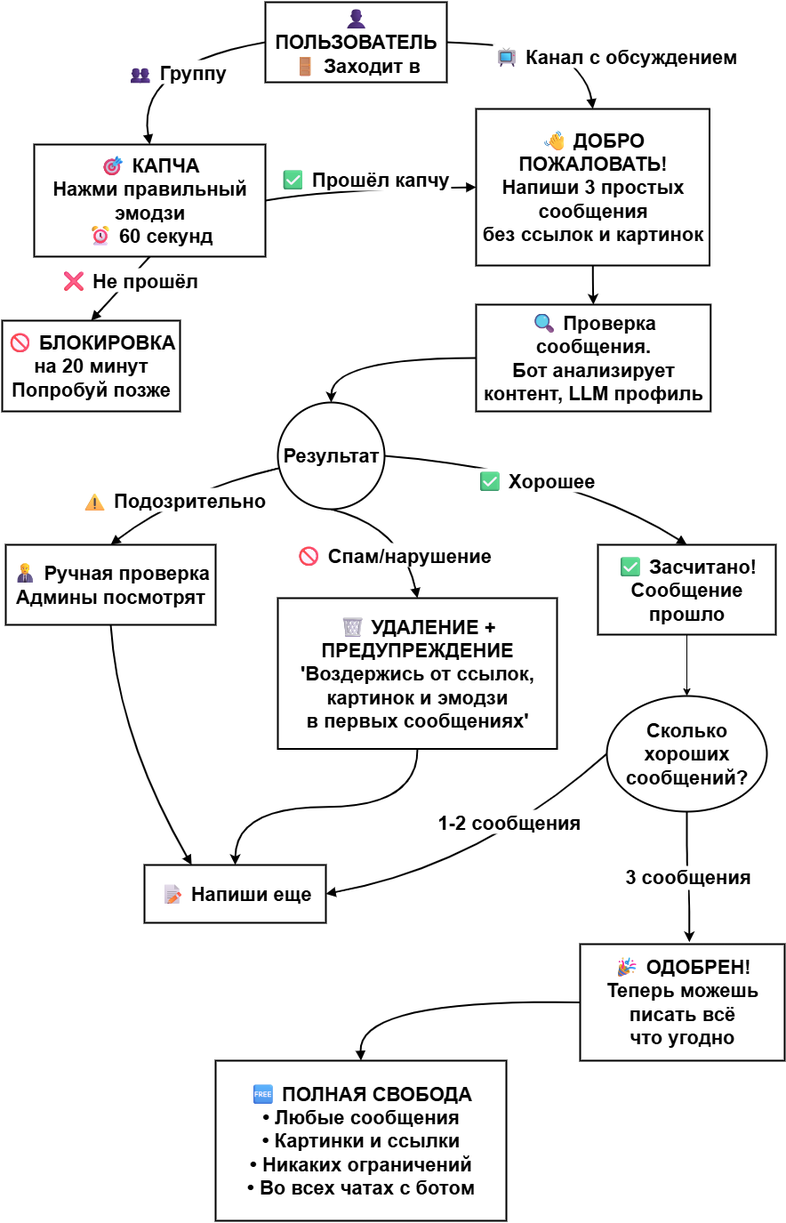
This is Схема работы.drawio.png from TiraelSedai/ClubDoorman, a draw.io export, as it was before one commit. Source tidied: cells renumbered, new cells last; positions are measured from the earlier drawing's top-left corner, leaving out a move shared by most shapes.
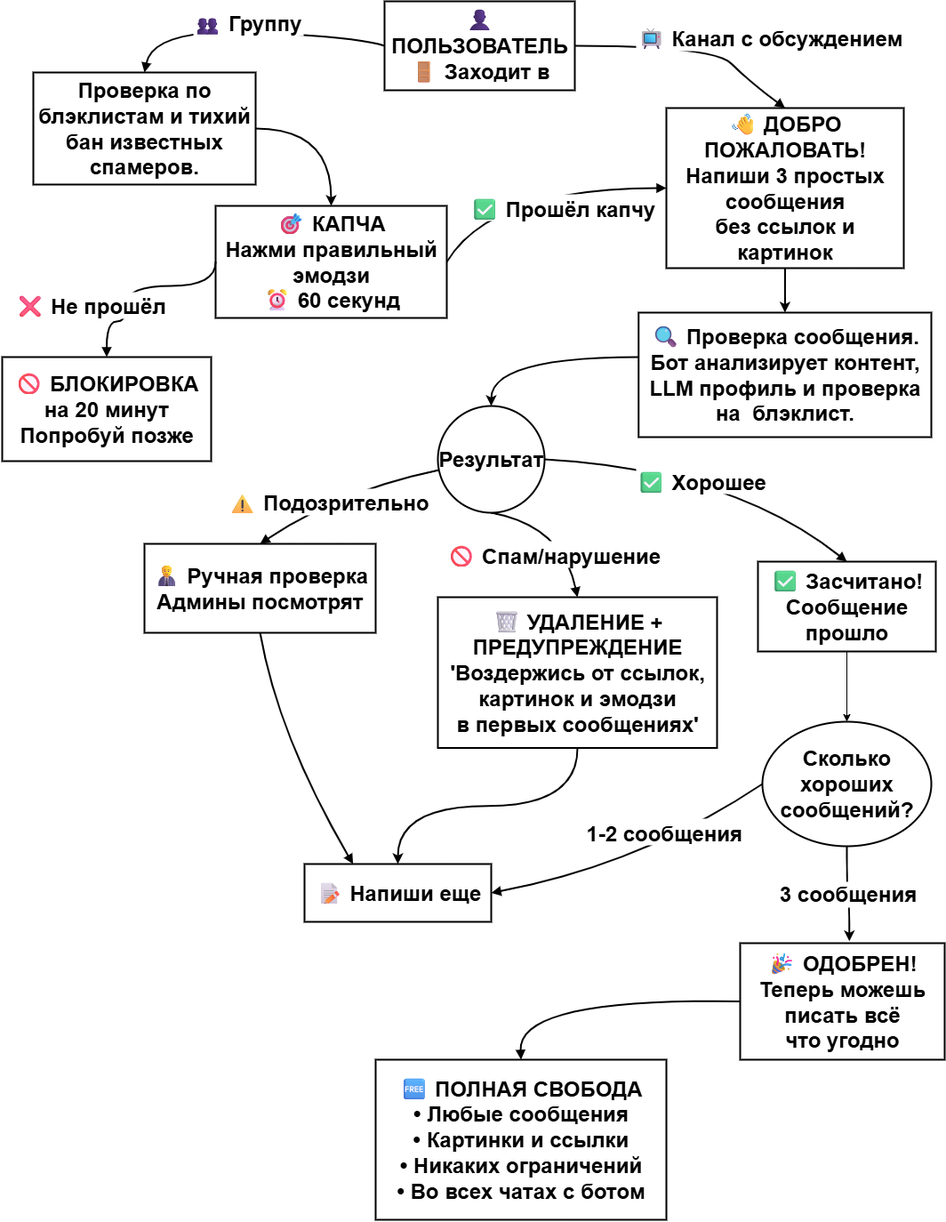
Above is the later version.

The edit, as a diff of the source:
```diff
@@ -2,63 +2,64 @@
   <root>
     <mxCell id="0" />
     <mxCell id="1" parent="0" />
-    <mxCell id="2" value="👤 ПОЛЬЗОВАТЕЛЬ&#10;🚪 Заходит в" style="whiteSpace=wrap;strokeWidth=2;fontSize=22;fontStyle=1;" parent="1" vertex="1">
-      <mxGeometry x="296" width="204" height="90" as="geometry" />
+    <mxCell id="2" value="👤 ПОЛЬЗОВАТЕЛЬ&#10;🚪 Заходит в" style="whiteSpace=wrap;strokeWidth=2;fontSize=24;fontStyle=1;" parent="1" vertex="1">
+      <mxGeometry x="250" width="214" height="100" as="geometry" />
     </mxCell>
-    <mxCell id="3" value="🎯 КАПЧА&#10;Нажми правильный эмодзи&#10;⏰ 60 секунд" style="whiteSpace=wrap;strokeWidth=2;fontSize=22;fontStyle=1;" parent="1" vertex="1">
-      <mxGeometry x="36" y="160" width="260" height="126" as="geometry" />
+    <mxCell id="3" value="🎯 КАПЧА&#10;Нажми правильный эмодзи&#10;⏰ 60 секунд" style="whiteSpace=wrap;strokeWidth=2;fontSize=24;fontStyle=1;" parent="1" vertex="1">
+      <mxGeometry x="60" y="230" width="260" height="126" as="geometry" />
     </mxCell>
-    <mxCell id="4" value="🚫 БЛОКИРОВКА&#10;на 20 минут&#10;Попробуй позже" style="whiteSpace=wrap;strokeWidth=2;fontSize=22;fontStyle=1;" parent="1" vertex="1">
-      <mxGeometry y="358" width="200" height="102" as="geometry" />
+    <mxCell id="4" value="🚫 БЛОКИРОВКА&#10;на 20 минут&#10;Попробуй позже" style="whiteSpace=wrap;strokeWidth=2;fontSize=24;fontStyle=1;" parent="1" vertex="1">
+      <mxGeometry x="-180" y="400" width="235" height="117" as="geometry" />
     </mxCell>
-    <mxCell id="5" style="edgeStyle=orthogonalEdgeStyle;rounded=0;jettySize=auto;html=1;entryX=0.5;entryY=0;entryDx=0;entryDy=0;fontSize=22;fontStyle=1;strokeWidth=2;curved=1;" parent="1" edge="1" source="6" target="8">
+    <mxCell id="5" style="edgeStyle=orthogonalEdgeStyle;rounded=0;jettySize=auto;html=1;entryX=0.5;entryY=0;entryDx=0;entryDy=0;fontSize=24;fontStyle=1;strokeWidth=2;curved=1;" parent="1" edge="1" source="6" target="8">
       <mxGeometry relative="1" as="geometry" />
     </mxCell>
-    <mxCell id="6" value="👋 ДОБРО ПОЖАЛОВАТЬ!&#10;Напиши 3 простых сообщения&#10;без ссылок и картинок" style="whiteSpace=wrap;strokeWidth=2;fontSize=22;fontStyle=1;" parent="1" vertex="1">
-      <mxGeometry x="533" y="120" width="262.5" height="176" as="geometry" />
+    <mxCell id="6" value="👋 ДОБРО ПОЖАЛОВАТЬ!&#10;Напиши 3 простых сообщения&#10;без ссылок и картинок" style="whiteSpace=wrap;strokeWidth=2;fontSize=24;fontStyle=1;" parent="1" vertex="1">
+      <mxGeometry x="567" y="120" width="267" height="180" as="geometry" />
     </mxCell>
-    <mxCell id="7" style="edgeStyle=orthogonalEdgeStyle;rounded=0;jettySize=auto;html=1;entryX=0.5;entryY=0;entryDx=0;entryDy=0;fontSize=22;strokeWidth=2;fontStyle=1;curved=1;" parent="1" edge="1" source="8" target="29">
+    <mxCell id="7" style="edgeStyle=orthogonalEdgeStyle;rounded=0;jettySize=auto;html=1;entryX=0.5;entryY=0;entryDx=0;entryDy=0;fontSize=24;strokeWidth=2;fontStyle=1;curved=1;" parent="1" edge="1" source="8" target="29">
       <mxGeometry relative="1" as="geometry">
         <Array as="points">
           <mxPoint x="370" y="400" />
         </Array>
       </mxGeometry>
     </mxCell>
-    <mxCell id="8" value="🔍 Проверка сообщения.&#10;Бот анализирует контент, LLM профиль" style="whiteSpace=wrap;strokeWidth=2;fontSize=22;fontStyle=1;" parent="1" vertex="1">
-      <mxGeometry x="533" y="340" width="263.8" height="120" as="geometry" />
+    <mxCell id="8" value="🔍 Проверка сообщения.&#10;Бот анализирует контент, LLM профиль и проверка на  блэклист." style="whiteSpace=wrap;strokeWidth=2;fontSize=24;fontStyle=1;" parent="1" vertex="1">
+      <mxGeometry x="535.8" y="350" width="329.2" height="140" as="geometry" />
     </mxCell>
-    <mxCell id="9" style="edgeStyle=orthogonalEdgeStyle;rounded=0;jettySize=auto;html=1;fontSize=22;fontStyle=1;strokeWidth=2;curved=1;" parent="1" edge="1" source="10" target="14">
+    <mxCell id="9" style="edgeStyle=orthogonalEdgeStyle;rounded=0;jettySize=auto;html=1;fontSize=24;fontStyle=1;strokeWidth=2;curved=1;" parent="1" edge="1" source="10" target="14">
       <mxGeometry relative="1" as="geometry" />
     </mxCell>
-    <mxCell id="10" value="🗑️ УДАЛЕНИЕ + ПРЕДУПРЕЖДЕНИЕ&#10;'Воздержись от ссылок,&#10;картинок и эмодзи&#10;в первых сообщениях'" style="whiteSpace=wrap;strokeWidth=2;fontSize=22;fontStyle=1;" parent="1" vertex="1">
+    <mxCell id="10" value="🗑️ УДАЛЕНИЕ + ПРЕДУПРЕЖДЕНИЕ&#10;'Воздержись от ссылок,&#10;картинок и эмодзи&#10;в первых сообщениях'" style="whiteSpace=wrap;strokeWidth=2;fontSize=24;fontStyle=1;" parent="1" vertex="1">
       <mxGeometry x="310" y="670" width="314" height="169.5" as="geometry" />
     </mxCell>
-    <mxCell id="11" value="👨‍💼 Ручная проверка&#10;Админы посмотрят" style="whiteSpace=wrap;strokeWidth=2;fontSize=22;fontStyle=1;" parent="1" vertex="1">
-      <mxGeometry x="4" y="610" width="236" height="90" as="geometry" />
+    <mxCell id="11" value="👨‍💼 Ручная проверка&#10;Админы посмотрят" style="whiteSpace=wrap;strokeWidth=2;fontSize=24;fontStyle=1;" parent="1" vertex="1">
+      <mxGeometry x="-20" y="610" width="260" height="100" as="geometry" />
     </mxCell>
-    <mxCell id="12" style="edgeStyle=orthogonalEdgeStyle;rounded=0;jettySize=auto;html=1;entryX=0.5;entryY=0;entryDx=0;entryDy=0;" parent="1" edge="1" source="13" target="27">
+    <mxCell id="12" style="edgeStyle=orthogonalEdgeStyle;rounded=0;jettySize=auto;html=1;entryX=0.5;entryY=0;entryDx=0;entryDy=0;fontSize=24;" parent="1" edge="1" source="13" target="27">
       <mxGeometry relative="1" as="geometry" />
     </mxCell>
-    <mxCell id="13" value="✅ Засчитано!&#10;Сообщение прошло" style="whiteSpace=wrap;strokeWidth=2;fontSize=22;fontStyle=1;" parent="1" vertex="1">
-      <mxGeometry x="670" y="610" width="200" height="101" as="geometry" />
+    <mxCell id="13" value="✅ Засчитано!&#10;Сообщение прошло" style="whiteSpace=wrap;strokeWidth=2;fontSize=24;fontStyle=1;" parent="1" vertex="1">
+      <mxGeometry x="670" y="630" width="200" height="101" as="geometry" />
     </mxCell>
-    <mxCell id="14" value="📝 Напиши еще" style="whiteSpace=wrap;strokeWidth=2;fontSize=22;fontStyle=1;" parent="1" vertex="1">
-      <mxGeometry x="160" y="970" width="204" height="65" as="geometry" />
+    <mxCell id="14" value="📝 Напиши еще" style="whiteSpace=wrap;strokeWidth=2;fontSize=24;fontStyle=1;" parent="1" vertex="1">
+      <mxGeometry x="160" y="970" width="210" height="65" as="geometry" />
     </mxCell>
-    <mxCell id="15" value="🎉 ОДОБРЕН!&#10;Теперь можешь писать всё&#10;что угодно" style="whiteSpace=wrap;strokeWidth=2;fontSize=22;fontStyle=1;" parent="1" vertex="1">
+    <mxCell id="15" value="🎉 ОДОБРЕН!&#10;Теперь можешь писать всё&#10;что угодно" style="whiteSpace=wrap;strokeWidth=2;fontSize=24;fontStyle=1;" parent="1" vertex="1">
       <mxGeometry x="650" y="1059" width="230" height="131" as="geometry" />
     </mxCell>
-    <mxCell id="16" value="🆓 ПОЛНАЯ СВОБОДА&#10;• Любые сообщения&#10;• Картинки и ссылки&#10;• Никаких ограничений&#10;• Во всех чатах с ботом" style="whiteSpace=wrap;strokeWidth=2;fontSize=22;fontStyle=1;" parent="1" vertex="1">
+    <mxCell id="16" value="🆓 ПОЛНАЯ СВОБОДА&#10;• Любые сообщения&#10;• Картинки и ссылки&#10;• Никаких ограничений&#10;• Во всех чатах с ботом" style="whiteSpace=wrap;strokeWidth=2;fontSize=24;fontStyle=1;" parent="1" vertex="1">
       <mxGeometry x="240" y="1190" width="327" height="180" as="geometry" />
     </mxCell>
-    <mxCell id="17" value="👥 Группу" style="curved=1;startArrow=none;endArrow=block;exitX=0;exitY=0.5;entryX=0.5;entryY=0;rounded=0;exitDx=0;exitDy=0;fontSize=22;fontStyle=1;strokeWidth=2;" parent="1" edge="1" source="2" target="3">
-      <mxGeometry x="-0.14" y="15" relative="1" as="geometry">
+    <mxCell id="17" value="👥 Группу" style="curved=1;startArrow=none;endArrow=block;exitX=0;exitY=0.5;entryX=0.5;entryY=0;rounded=0;exitDx=0;exitDy=0;fontSize=24;fontStyle=1;strokeWidth=2;entryDx=0;entryDy=0;" parent="1" edge="1" source="2" target="31">
+      <mxGeometry y="-12" relative="1" as="geometry">
         <Array as="points">
-          <mxPoint x="150" y="70" />
+          <mxPoint x="220" y="40" />
+          <mxPoint x="-10" y="30" />
         </Array>
       </mxGeometry>
     </mxCell>
-    <mxCell id="18" value="📺 Канал с обсуждением" style="curved=1;startArrow=none;endArrow=block;entryX=0.5;entryY=0;rounded=0;exitX=1;exitY=0.5;exitDx=0;exitDy=0;fontSize=22;entryDx=0;entryDy=0;fontStyle=1;strokeWidth=2;" parent="1" edge="1" source="2" target="6">
+    <mxCell id="18" value="📺 Канал с обсуждением" style="curved=1;startArrow=none;endArrow=block;entryX=0.5;entryY=0;rounded=0;exitX=1;exitY=0.5;exitDx=0;exitDy=0;fontSize=24;entryDx=0;entryDy=0;fontStyle=1;strokeWidth=2;" parent="1" edge="1" source="2" target="6">
       <mxGeometry x="0.71" y="42" relative="1" as="geometry">
         <Array as="points">
           <mxPoint x="620" y="50" />
@@ -67,24 +68,32 @@
         <mxPoint x="-12" y="-24" as="offset" />
       </mxGeometry>
     </mxCell>
-    <mxCell id="19" value="❌ Не прошёл" style="curved=1;startArrow=none;endArrow=block;exitX=0.5;exitY=1;entryX=0.5;entryY=0;rounded=0;fontSize=22;exitDx=0;exitDy=0;fontStyle=1;strokeWidth=2;" parent="1" edge="1" source="3" target="4">
-      <mxGeometry x="-0.3" relative="1" as="geometry" />
+    <mxCell id="19" value="❌ Не прошёл" style="curved=1;startArrow=none;endArrow=block;exitX=0;exitY=0.5;entryX=0.5;entryY=0;rounded=0;fontSize=24;exitDx=0;exitDy=0;fontStyle=1;strokeWidth=2;edgeStyle=orthogonalEdgeStyle;" parent="1" edge="1" source="3" target="4">
+      <mxGeometry x="0.65" y="-27" relative="1" as="geometry">
+        <Array as="points">
+          <mxPoint x="60" y="320" />
+          <mxPoint x="-40" y="320" />
+          <mxPoint x="-40" y="360" />
+          <mxPoint x="-62" y="360" />
+        </Array>
+        <mxPoint x="9" y="-20" as="offset" />
+      </mxGeometry>
     </mxCell>
-    <mxCell id="20" value="✅ Прошёл капчу" style="curved=1;startArrow=none;endArrow=block;exitX=1;exitY=0.5;entryX=0;entryY=0.5;rounded=0;fontSize=22;exitDx=0;exitDy=0;entryDx=0;entryDy=0;fontStyle=1;strokeWidth=2;" parent="1" edge="1" source="3" target="6">
-      <mxGeometry x="-0.05" y="12" relative="1" as="geometry">
+    <mxCell id="20" value="✅ Прошёл капчу" style="curved=1;startArrow=none;endArrow=block;exitX=1;exitY=0.5;entryX=0;entryY=0.5;rounded=0;fontSize=24;exitDx=0;exitDy=0;entryDx=0;entryDy=0;fontStyle=1;strokeWidth=2;" parent="1" edge="1" source="3" target="6">
+      <mxGeometry x="0.21" y="-21" relative="1" as="geometry">
         <Array as="points">
           <mxPoint x="370" y="210" />
         </Array>
       </mxGeometry>
     </mxCell>
-    <mxCell id="21" value="🚫 Спам/нарушение" style="curved=1;startArrow=none;endArrow=block;exitX=0.5;exitY=1;entryX=0.5;entryY=0;rounded=0;fontSize=22;fontStyle=1;strokeWidth=2;exitDx=0;exitDy=0;" parent="1" edge="1" source="29" target="10">
+    <mxCell id="21" value="🚫 Спам/нарушение" style="curved=1;startArrow=none;endArrow=block;exitX=0.5;exitY=1;entryX=0.5;entryY=0;rounded=0;fontSize=24;fontStyle=1;strokeWidth=2;exitDx=0;exitDy=0;" parent="1" edge="1" source="29" target="10">
       <mxGeometry x="0.34" y="-16" relative="1" as="geometry">
         <Array as="points">
           <mxPoint x="450" y="590" />
         </Array>
       </mxGeometry>
     </mxCell>
-    <mxCell id="22" value="⚠️ Подозрительно" style="curved=1;startArrow=none;endArrow=block;entryX=0.5;entryY=0;rounded=0;fontSize=22;fontStyle=1;strokeWidth=2;" parent="1" edge="1" source="29" target="11">
+    <mxCell id="22" value="⚠️ Подозрительно" style="curved=1;startArrow=none;endArrow=block;entryX=0.5;entryY=0;rounded=0;fontSize=24;fontStyle=1;strokeWidth=2;" parent="1" edge="1" source="29" target="11">
       <mxGeometry x="0.17" y="3" relative="1" as="geometry">
         <Array as="points">
           <mxPoint x="200" y="550" />
@@ -92,42 +101,48 @@
         <mxPoint x="-1" as="offset" />
       </mxGeometry>
     </mxCell>
-    <mxCell id="23" value="✅ Хорошее" style="curved=1;startArrow=none;endArrow=block;exitX=1;exitY=0.5;entryX=0.5;entryY=0.01;rounded=0;fontSize=22;fontStyle=1;exitDx=0;exitDy=0;strokeWidth=2;" parent="1" edge="1" source="29" target="13">
+    <mxCell id="23" value="✅ Хорошее" style="curved=1;startArrow=none;endArrow=block;exitX=1;exitY=0.5;entryX=0.5;entryY=0.01;rounded=0;fontSize=24;fontStyle=1;exitDx=0;exitDy=0;strokeWidth=2;" parent="1" edge="1" source="29" target="13">
       <mxGeometry x="-0.06" y="-13" relative="1" as="geometry">
         <Array as="points">
           <mxPoint x="640" y="527" />
         </Array>
       </mxGeometry>
     </mxCell>
-    <mxCell id="24" value="1-2 сообщения" style="curved=1;startArrow=none;endArrow=block;exitX=0;exitY=0.5;entryX=1;entryY=0.5;rounded=0;fontSize=22;entryDx=0;entryDy=0;fontStyle=1;strokeWidth=2;exitDx=0;exitDy=0;" parent="1" edge="1" source="27" target="14">
+    <mxCell id="24" value="1-2 сообщения" style="curved=1;startArrow=none;endArrow=block;exitX=0;exitY=0.5;entryX=1;entryY=0.5;rounded=0;fontSize=24;entryDx=0;entryDy=0;fontStyle=1;strokeWidth=2;exitDx=0;exitDy=0;" parent="1" edge="1" source="27" target="14">
       <mxGeometry x="-0.28" y="-17" relative="1" as="geometry">
         <Array as="points">
           <mxPoint x="540" y="970" />
         </Array>
       </mxGeometry>
     </mxCell>
-    <mxCell id="25" style="curved=1;startArrow=none;endArrow=block;exitX=0.5;exitY=1;entryX=0.26;entryY=0;rounded=0;fontSize=22;fontStyle=1;strokeWidth=2;" parent="1" edge="1" source="11" target="14">
+    <mxCell id="25" style="curved=1;startArrow=none;endArrow=block;exitX=0.5;exitY=1;entryX=0.26;entryY=0;rounded=0;fontSize=24;fontStyle=1;strokeWidth=2;" parent="1" edge="1" source="11" target="14">
       <mxGeometry relative="1" as="geometry">
         <Array as="points">
           <mxPoint x="130" y="825" />
         </Array>
       </mxGeometry>
     </mxCell>
-    <mxCell id="26" style="curved=1;startArrow=none;endArrow=block;exitX=0;exitY=0.5;rounded=0;fontSize=22;fontStyle=1;strokeWidth=2;entryX=0.5;entryY=0;entryDx=0;entryDy=0;exitDx=0;exitDy=0;" parent="1" edge="1" source="15" target="16">
+    <mxCell id="26" style="curved=1;startArrow=none;endArrow=block;exitX=0;exitY=0.5;rounded=0;fontSize=24;fontStyle=1;strokeWidth=2;entryX=0.5;entryY=0;entryDx=0;entryDy=0;exitDx=0;exitDy=0;" parent="1" edge="1" source="15" target="16">
       <mxGeometry relative="1" as="geometry">
         <Array as="points">
           <mxPoint x="400" y="1120" />
         </Array>
       </mxGeometry>
     </mxCell>
-    <mxCell id="27" value="&lt;font style=&quot;font-size: 22px;&quot;&gt;Сколько хороших сообщений?&lt;/font&gt;" style="ellipse;whiteSpace=wrap;html=1;strokeWidth=2;fontStyle=1;" parent="1" vertex="1">
-      <mxGeometry x="680" y="780" width="180" height="130" as="geometry" />
+    <mxCell id="27" value="&lt;font&gt;Сколько хороших сообщений?&lt;/font&gt;" style="ellipse;whiteSpace=wrap;html=1;strokeWidth=2;fontStyle=1;fontSize=24;" parent="1" vertex="1">
+      <mxGeometry x="675" y="810" width="190" height="140" as="geometry" />
     </mxCell>
-    <mxCell id="28" value="&lt;font style=&quot;font-size: 22px;&quot;&gt;&lt;b&gt;3 сообщения&lt;/b&gt;&lt;/font&gt;" style="edgeStyle=orthogonalEdgeStyle;rounded=0;jettySize=auto;html=1;strokeWidth=2;entryX=0.534;entryY=-0.017;entryDx=0;entryDy=0;entryPerimeter=0;curved=1;" parent="1" edge="1" source="27" target="15">
+    <mxCell id="28" value="&lt;font&gt;&lt;b&gt;3 сообщения&lt;/b&gt;&lt;/font&gt;" style="edgeStyle=orthogonalEdgeStyle;rounded=0;jettySize=auto;html=1;strokeWidth=2;entryX=0.534;entryY=-0.017;entryDx=0;entryDy=0;entryPerimeter=0;curved=1;fontSize=24;" parent="1" edge="1" source="27" target="15">
       <mxGeometry relative="1" as="geometry" />
     </mxCell>
-    <mxCell id="29" value="&lt;font style=&quot;font-size: 22px;&quot;&gt;&lt;b&gt;Результат&lt;/b&gt;&lt;/font&gt;" style="ellipse;whiteSpace=wrap;html=1;strokeWidth=2;" parent="1" vertex="1">
-      <mxGeometry x="310" y="450" width="120" height="120" as="geometry" />
+    <mxCell id="29" value="&lt;font&gt;&lt;b&gt;Результат&lt;/b&gt;&lt;/font&gt;" style="ellipse;whiteSpace=wrap;html=1;strokeWidth=2;fontSize=24;" parent="1" vertex="1">
+      <mxGeometry x="310" y="455" width="120" height="120" as="geometry" />
     </mxCell>
+    <mxCell id="30" style="edgeStyle=orthogonalEdgeStyle;rounded=0;jettySize=auto;html=1;exitX=1;exitY=0.5;exitDx=0;exitDy=0;strokeWidth=2;curved=1;fontSize=24;" parent="1" edge="1" source="31" target="3">
+      <mxGeometry relative="1" as="geometry" />
+    </mxCell>
+    <mxCell id="31" value="Проверка по блэклистам и тихий бан известных спамеров." style="whiteSpace=wrap;strokeWidth=2;fontSize=24;fontStyle=1;" parent="1" vertex="1">
+      <mxGeometry x="-145" y="80" width="250" height="126" as="geometry" />
+    </mxCell>
   </root>
 </mxGraphModel>
```
